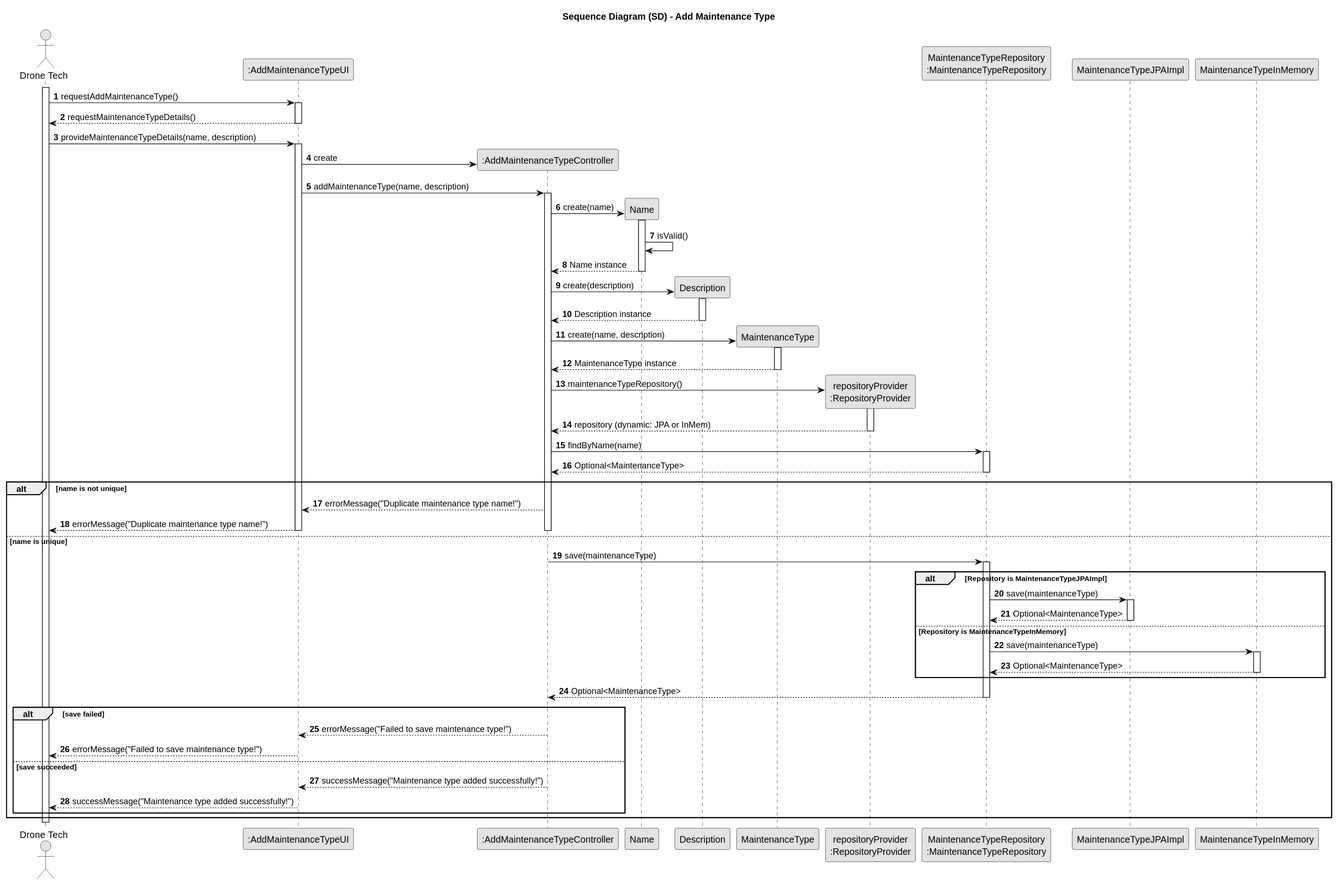
The PlantUML diagram docs/planning/sprint3/EAPLI/US321 - Add maintenance type/03.design/svg/us321-sequence-diagram-full.svg in SAEmanuel/Shodrone_ISEP, before a commit.
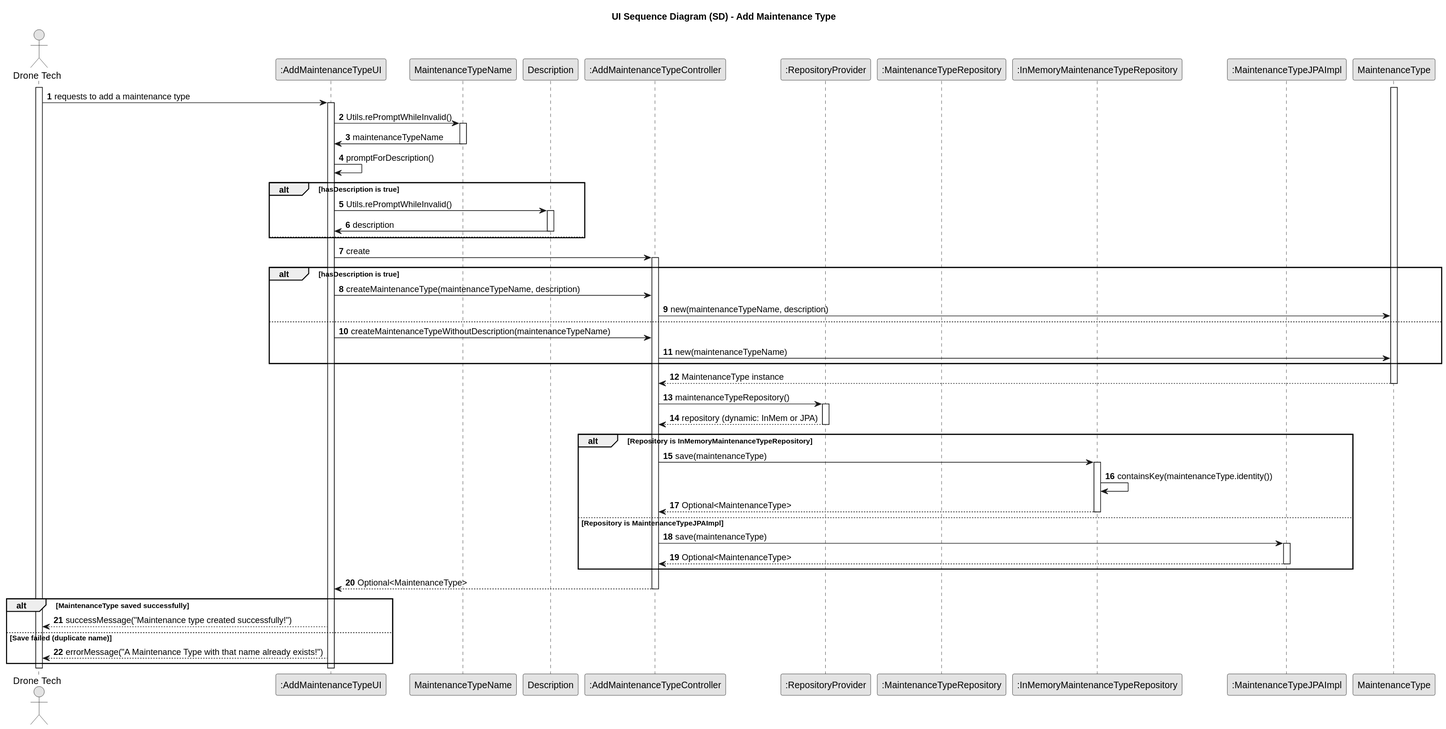
Above is the later version.

Commit message:
[US321 - Design - Issue #141/#195/#198] Design PUML and SVG final version.

Diff of the diagram source:
```diff
@@ -3,92 +3,81 @@
 skinparam packageStyle rectangle
 skinparam shadowing false
 
-title Sequence Diagram (SD) - Add Maintenance Type
+title UI Sequence Diagram (SD) - Add Maintenance Type
 
 autonumber
 
 actor "Drone Tech" as DT
 participant ":AddMaintenanceTypeUI" as UI
+participant "MaintenanceTypeName" as NameVO
+participant "Description" as DescVO
 participant ":AddMaintenanceTypeController" as CTRL
-participant "Name" as NameVO
-participant "Description" as DescVO
+participant ":RepositoryProvider" as Provider
+participant ":MaintenanceTypeRepository" as Repo
+participant ":InMemoryMaintenanceTypeRepository" as InMem
+participant ":MaintenanceTypeJPAImpl" as JPA
 participant "MaintenanceType" as MT
-participant "repositoryProvider\n:RepositoryProvider" as Provider
-participant "MaintenanceTypeRepository\n:MaintenanceTypeRepository" as Repo
-participant "MaintenanceTypeJPAImpl" as JPA
-participant "MaintenanceTypeInMemory" as InMem
 
 activate DT
 
-DT -> UI: requestAddMaintenanceType()
+DT -> UI: requests to add a maintenance type
 activate UI
-UI --> DT: requestMaintenanceTypeDetails()
-deactivate UI
 
-DT -> UI: provideMaintenanceTypeDetails(name, description)
-activate UI
-UI -> CTRL **: create
-UI -> CTRL: addMaintenanceType(name, description)
-activate CTRL
-
-CTRL -> NameVO **: create(name)
+UI -> NameVO : Utils.rePromptWhileInvalid()
 activate NameVO
-NameVO -> NameVO: isValid()
-NameVO --> CTRL: Name instance
+NameVO -> UI: maintenanceTypeName
 deactivate NameVO
 
-CTRL -> DescVO **: create(description)
-activate DescVO
-DescVO --> CTRL: Description instance
-deactivate DescVO
+UI -> UI: promptForDescription()
+alt hasDescription is true
+    UI -> DescVO : Utils.rePromptWhileInvalid()
+    activate DescVO
+    DescVO -> UI: description
+    deactivate DescVO
+else
+    note right: skips description
+end
 
-CTRL -> MT **: create(name, description)
+UI -> CTRL : create
+activate CTRL
+alt hasDescription is true
+    UI -> CTRL: createMaintenanceType(maintenanceTypeName, description)
+    CTRL -> MT : new(maintenanceTypeName, description)
+else
+    UI -> CTRL: createMaintenanceTypeWithoutDescription(maintenanceTypeName)
+    CTRL -> MT : new(maintenanceTypeName)
+end
 activate MT
 MT --> CTRL: MaintenanceType instance
 deactivate MT
 
-CTRL -> Provider **: maintenanceTypeRepository()
+CTRL -> Provider : maintenanceTypeRepository()
 activate Provider
-Provider --> CTRL: repository (dynamic: JPA or InMem)
+Provider --> CTRL: repository (dynamic: InMem or JPA)
 deactivate Provider
 
-CTRL -> Repo: findByName(name)
-activate Repo
-Repo --> CTRL: Optional<MaintenanceType>
-deactivate Repo
-
-alt name is not unique
-    CTRL --> UI: errorMessage("Duplicate maintenance type name!")
-    UI --> DT: errorMessage("Duplicate maintenance type name!")
-    deactivate CTRL
-    deactivate UI
-else name is unique
-    CTRL -> Repo: save(maintenanceType)
-    activate Repo
-    alt Repository is MaintenanceTypeJPAImpl
-        Repo -> JPA: save(maintenanceType)
-        activate JPA
-        JPA --> Repo: Optional<MaintenanceType>
-        deactivate JPA
-    else Repository is MaintenanceTypeInMemory
-        Repo -> InMem: save(maintenanceType)
-        activate InMem
-        InMem --> Repo: Optional<MaintenanceType>
-        deactivate InMem
-    end
-    Repo --> CTRL: Optional<MaintenanceType>
-    deactivate Repo
-
-    alt save failed
-        CTRL --> UI: errorMessage("Failed to save maintenance type!")
-        UI --> DT: errorMessage("Failed to save maintenance type!")
-    else save succeeded
-        CTRL --> UI: successMessage("Maintenance type added successfully!")
-        UI --> DT: successMessage("Maintenance type added successfully!")
-    end
+alt Repository is InMemoryMaintenanceTypeRepository
+    CTRL -> InMem: save(maintenanceType)
+    activate InMem
+    InMem -> InMem: containsKey(maintenanceType.identity())
+    InMem --> CTRL: Optional<MaintenanceType>
+    deactivate InMem
+else Repository is MaintenanceTypeJPAImpl
+    CTRL -> JPA: save(maintenanceType)
+    activate JPA
+    JPA --> CTRL: Optional<MaintenanceType>
+    deactivate JPA
 end
 
+CTRL --> UI: Optional<MaintenanceType>
 deactivate CTRL
+
+alt MaintenanceType saved successfully
+    UI --> DT: successMessage("Maintenance type created successfully!")
+else Save failed (duplicate name)
+    UI --> DT: errorMessage("A Maintenance Type with that name already exists!")
+end
+
 deactivate UI
 deactivate DT
 @enduml
```
